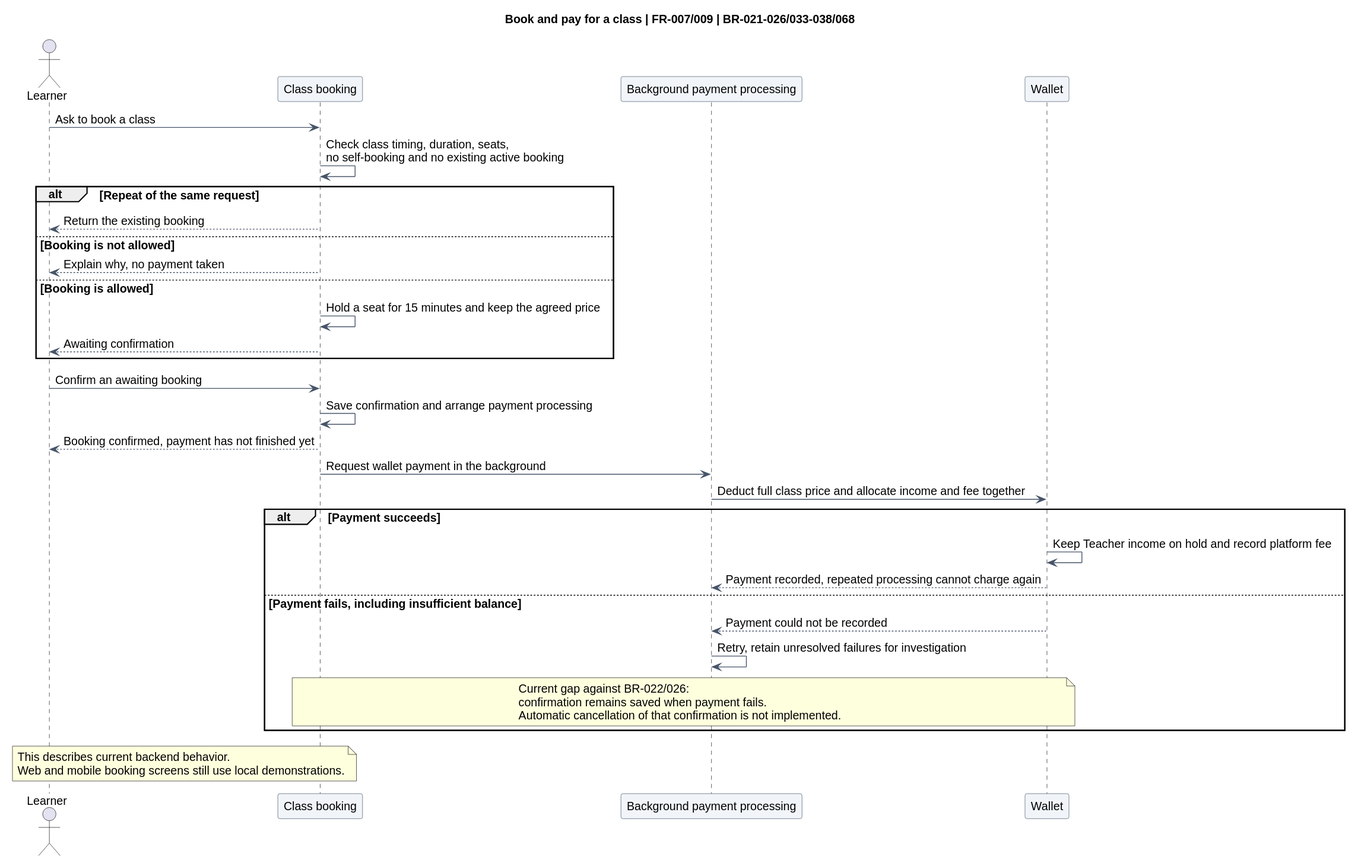
The PlantUML diagram docs/diagrams/checkpoint/generated/sequence-booking.svg in trankien022/SkillSwap, before a commit.
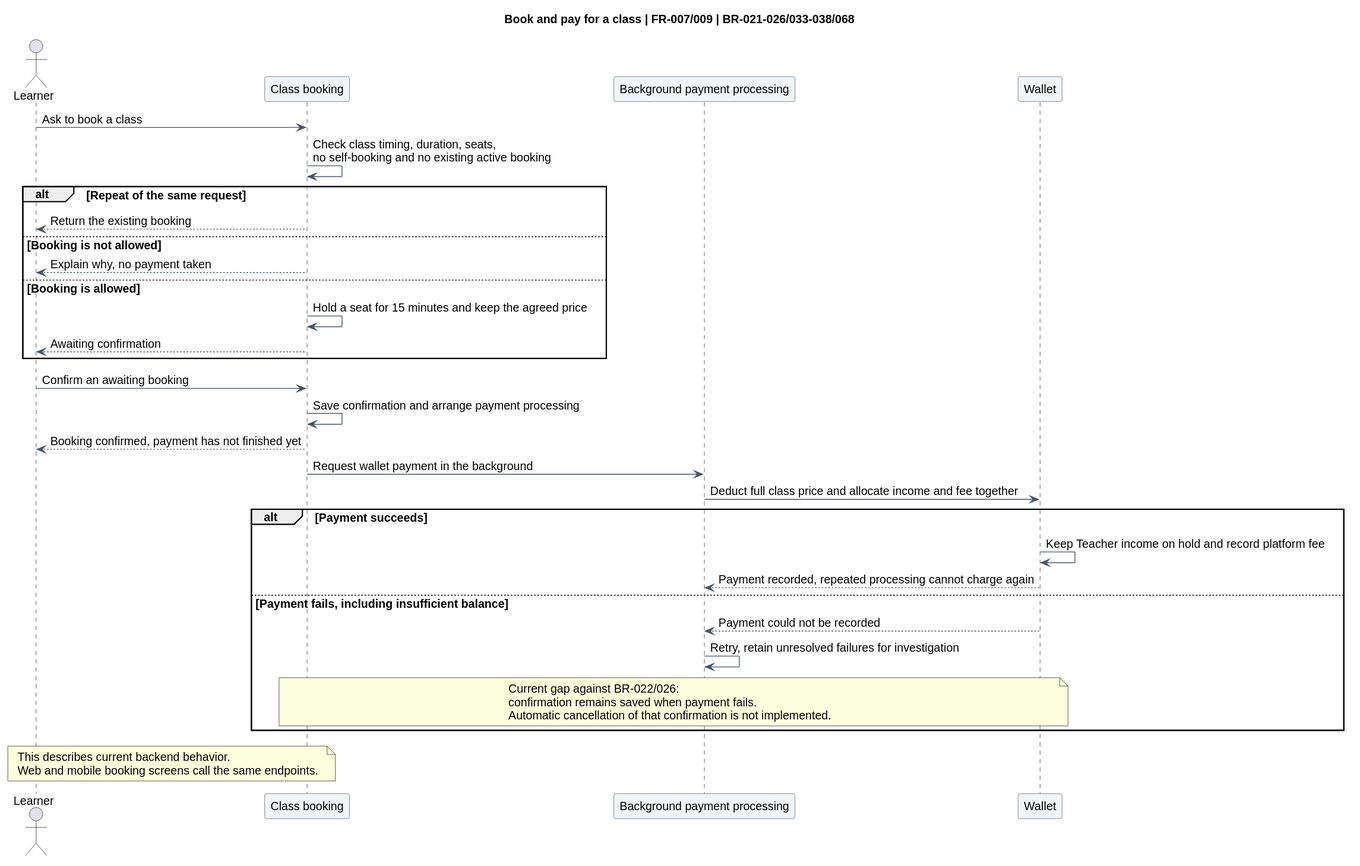
After the commit.

The edit, as a diff of the source:
```diff
@@ -42,5 +42,5 @@
  Automatic cancellation of that confirmation is not implemented.
  end note
 end
-note over L,C: This describes current backend behavior.\nWeb and mobile booking screens still use local demonstrations.
+note over L,C: This describes current backend behavior.\nWeb and mobile booking screens call the same endpoints.
 @enduml
```
